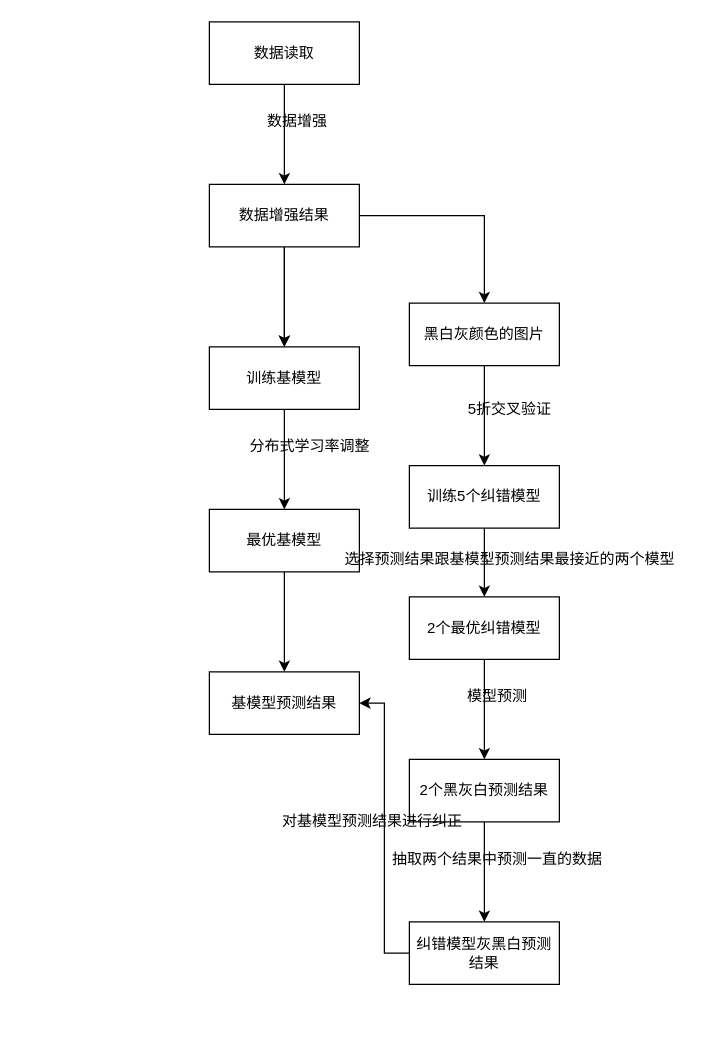
Above: 未命名绘图.drawio in jiangyuanyuan1/invention (draw.io), before the change. Source tidied: cells renumbered, new cells numbered last; positions are measured from the earlier drawing's top-left corner, leaving out a move shared by most shapes. Both pictures are drawn from the tidied source at 125%, with x=0, y=0 at pixel (209, 21).
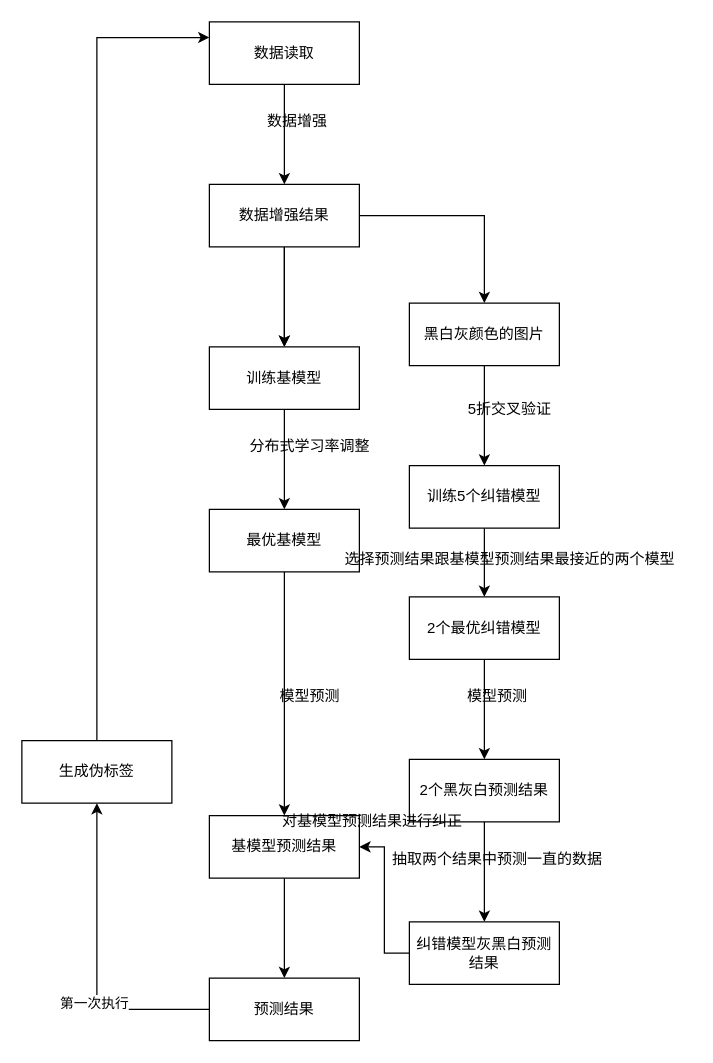
Above is the later version.

Commit message (it also covers changes not shown here):
模型训练过程.drawio

The change refers to these unchanged cells:
```xml
<mxCell id="3" value="数据读取" style="rounded=0;whiteSpace=wrap;html=1;" parent="1" vertex="1">
  <mxGeometry width="120" height="50" as="geometry" />
</mxCell>
```

The edit, as a diff of the source:
```diff
@@
+    <mxCell id="30" style="edgeStyle=orthogonalEdgeStyle;rounded=0;jettySize=auto;html=1;" parent="1" edge="1" source="21" target="33">
+      <mxGeometry relative="1" as="geometry" />
+    </mxCell>
     <mxCell id="21" value="基模型预测结果" style="rounded=0;whiteSpace=wrap;html=1;" parent="1" vertex="1">
-      <mxGeometry y="520" width="120" height="50" as="geometry" />
+      <mxGeometry y="635" width="120" height="50" as="geometry" />
     </mxCell>
@@
+    <mxCell id="31" style="edgeStyle=orthogonalEdgeStyle;rounded=0;jettySize=auto;html=1;" parent="1" edge="1" source="33" target="35">
+      <mxGeometry relative="1" as="geometry" />
+    </mxCell>
+    <mxCell id="32" value="第一次执行" style="edgeLabel;html=1;align=center;verticalAlign=middle;" parent="31" vertex="1">
+      <mxGeometry x="-0.25" y="3" relative="1" as="geometry" />
+    </mxCell>
+    <mxCell id="33" value="预测结果" style="rounded=0;whiteSpace=wrap;html=1;" parent="1" vertex="1">
+      <mxGeometry y="765" width="120" height="50" as="geometry" />
+    </mxCell>
+    <mxCell id="34" style="edgeStyle=orthogonalEdgeStyle;rounded=0;jettySize=auto;html=1;entryX=0;entryY=0.25;entryDx=0;entryDy=0;" parent="1" edge="1" source="35" target="3">
+      <mxGeometry relative="1" as="geometry">
+        <Array as="points">
+          <mxPoint x="-90" y="13" />
+        </Array>
+      </mxGeometry>
+    </mxCell>
+    <mxCell id="35" value="生成伪标签" style="rounded=0;whiteSpace=wrap;html=1;" parent="1" vertex="1">
+      <mxGeometry x="-150" y="575" width="120" height="50" as="geometry" />
+    </mxCell>
+    <mxCell id="36" value="模型预测" style="text;html=1;align=center;verticalAlign=middle;strokeColor=none;fillColor=none;" parent="1" vertex="1">
+      <mxGeometry x="45" y="525" width="70" height="30" as="geometry" />
+    </mxCell>
```
